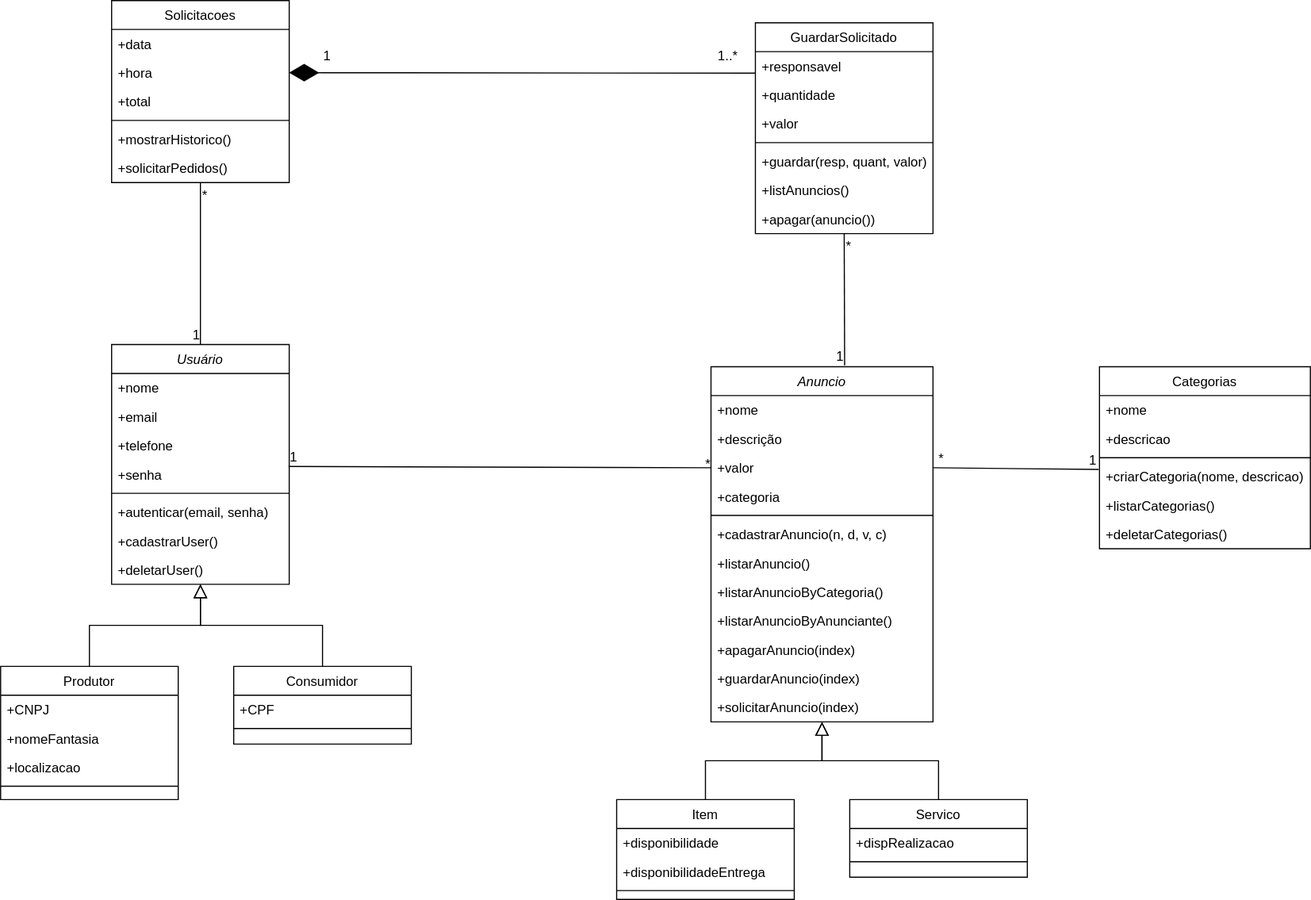
Earlier version of the draw.io export diagramas/Classes.drawio.svg (yanturck/carshopservices). Source tidied: cells renumbered, new cells last; positions are measured from the earlier drawing's top-left corner, leaving out a move shared by most shapes.
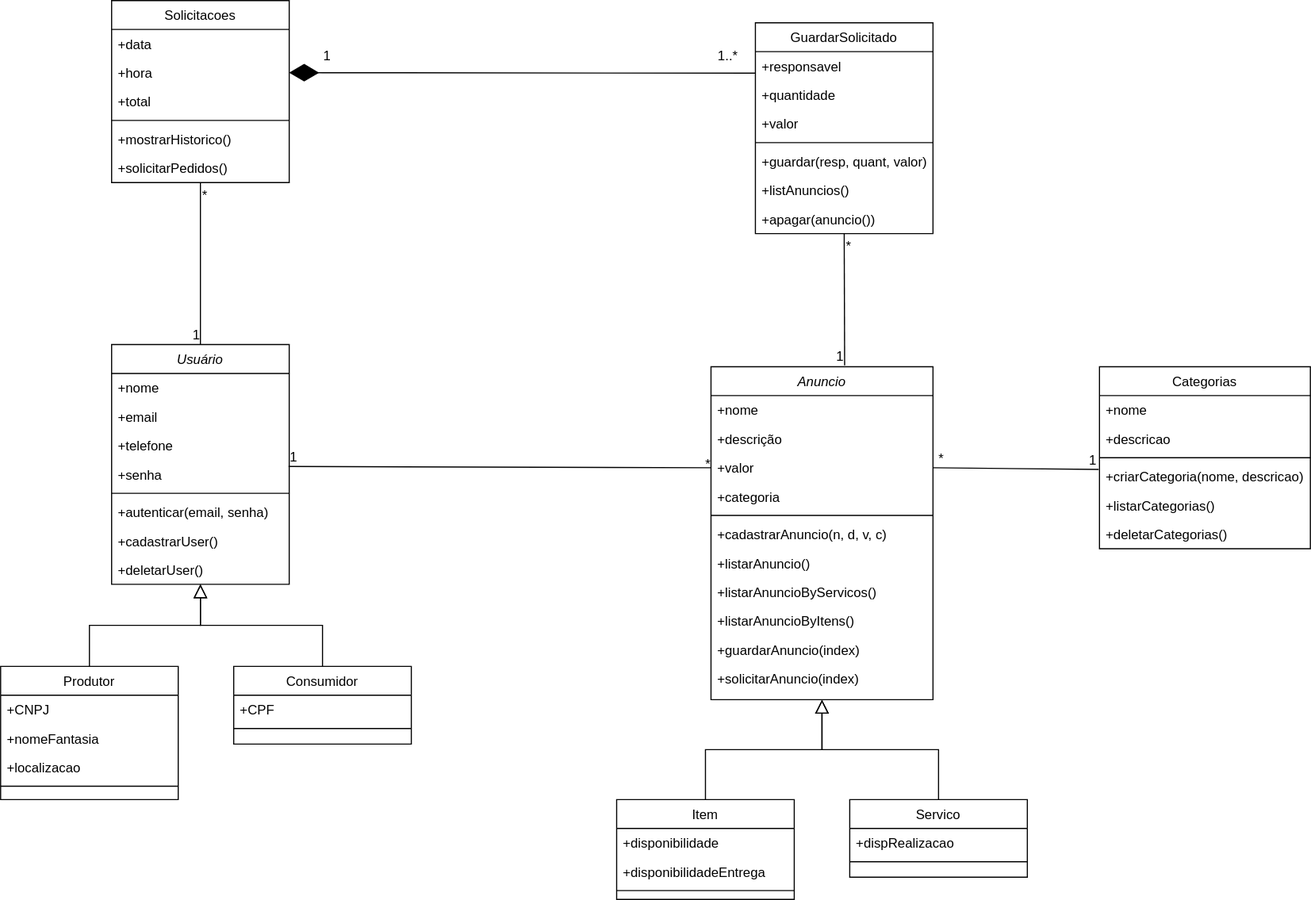
The same diagram one commit later.

Diff of the diagram source:
```diff
@@ -60,7 +60,7 @@
       <mxGeometry relative="1" as="geometry" />
     </mxCell>
     <mxCell id="21" value="Anuncio" style="swimlane;fontStyle=2;align=center;verticalAlign=top;horizontal=1;startSize=26;rounded=0;shadow=0;strokeWidth=1;" parent="1" vertex="1">
-      <mxGeometry x="640" y="330" width="200" height="320" as="geometry" />
+      <mxGeometry x="640" y="330" width="200" height="300" as="geometry" />
     </mxCell>
     <mxCell id="22" value="+nome" style="text;align=left;verticalAlign=top;spacingLeft=4;spacingRight=4;overflow=hidden;" parent="21" vertex="1">
       <mxGeometry y="26" width="200" height="26" as="geometry" />
@@ -83,20 +83,17 @@
     <mxCell id="28" value="+listarAnuncio()" style="text;align=left;verticalAlign=top;spacingLeft=4;spacingRight=4;overflow=hidden;rounded=0;shadow=0;html=0;" parent="21" vertex="1">
       <mxGeometry y="164" width="200" height="26" as="geometry" />
     </mxCell>
-    <mxCell id="29" value="+listarAnuncioByCategoria()" style="text;align=left;verticalAlign=top;spacingLeft=4;spacingRight=4;overflow=hidden;rounded=0;shadow=0;html=0;" parent="21" vertex="1">
+    <mxCell id="29" value="+listarAnuncioByServicos()" style="text;align=left;verticalAlign=top;spacingLeft=4;spacingRight=4;overflow=hidden;rounded=0;shadow=0;html=0;" parent="21" vertex="1">
       <mxGeometry y="190" width="200" height="26" as="geometry" />
     </mxCell>
-    <mxCell id="30" value="+listarAnuncioByAnunciante()" style="text;align=left;verticalAlign=top;spacingLeft=4;spacingRight=4;overflow=hidden;rounded=0;shadow=0;html=0;" parent="21" vertex="1">
+    <mxCell id="30" value="+listarAnuncioByItens()" style="text;align=left;verticalAlign=top;spacingLeft=4;spacingRight=4;overflow=hidden;rounded=0;shadow=0;html=0;" parent="21" vertex="1">
       <mxGeometry y="216" width="200" height="26" as="geometry" />
     </mxCell>
-    <mxCell id="31" value="+apagarAnuncio(index)" style="text;align=left;verticalAlign=top;spacingLeft=4;spacingRight=4;overflow=hidden;rounded=0;shadow=0;html=0;" parent="21" vertex="1">
-      <mxGeometry y="242" width="200" height="26" as="geometry" />
-    </mxCell>
     <mxCell id="32" value="+guardarAnuncio(index)" style="text;align=left;verticalAlign=top;spacingLeft=4;spacingRight=4;overflow=hidden;rounded=0;shadow=0;html=0;" parent="21" vertex="1">
-      <mxGeometry y="268" width="200" height="26" as="geometry" />
+      <mxGeometry y="242" width="200" height="26" as="geometry" />
     </mxCell>
     <mxCell id="33" value="+solicitarAnuncio(index)" style="text;align=left;verticalAlign=top;spacingLeft=4;spacingRight=4;overflow=hidden;rounded=0;shadow=0;html=0;" parent="21" vertex="1">
-      <mxGeometry y="294" width="200" height="26" as="geometry" />
+      <mxGeometry y="268" width="200" height="26" as="geometry" />
     </mxCell>
     <mxCell id="34" value="Item" style="swimlane;fontStyle=0;align=center;verticalAlign=top;horizontal=1;startSize=26;rounded=0;shadow=0;strokeWidth=1;" parent="1" vertex="1">
       <mxGeometry x="555" y="720" width="160" height="90" as="geometry" />
```
